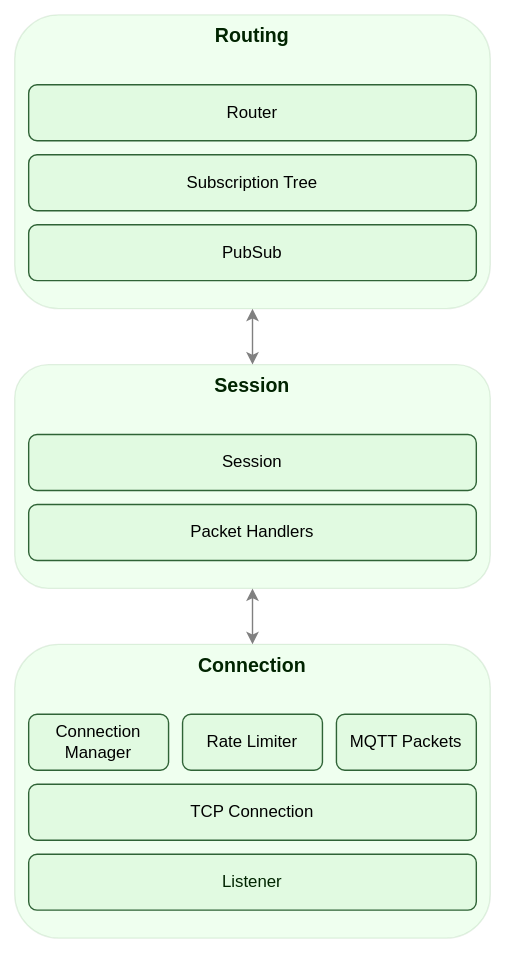
gsalomao/maxmq keeps this draw.io diagram as docs/assets/mqtt-server.svg. Above is the earlier version. Source tidied: cells renumbered, new cells last; positions are measured from the earlier drawing's top-left corner, leaving out a move shared by most shapes.
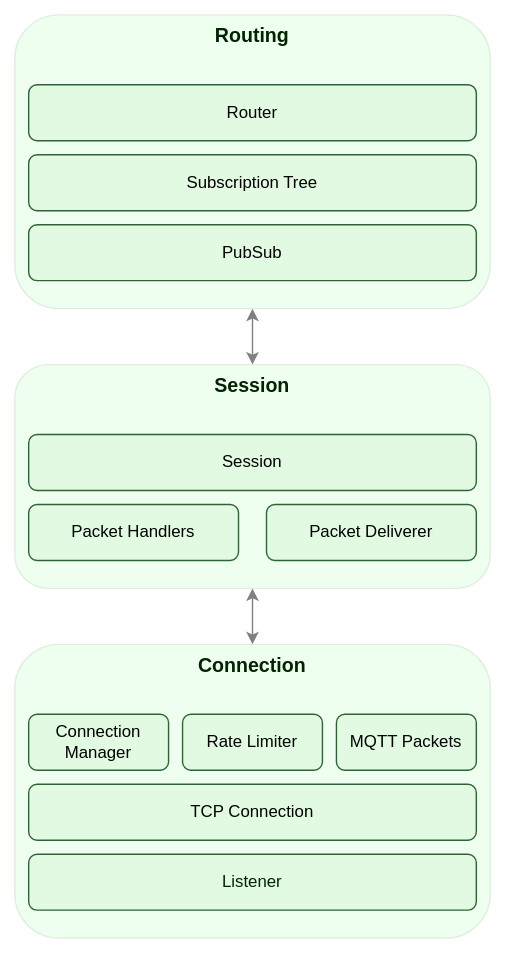
After the change.

What changed in the source:
```diff
@@ -39,7 +39,7 @@
       <mxGeometry x="20" y="510" width="100" height="40" as="geometry" />
     </mxCell>
     <mxCell id="14" value="&lt;span style=&quot;color: rgb(0, 0, 0);&quot;&gt;Packet Handlers&lt;/span&gt;" style="rounded=1;whiteSpace=wrap;html=1;fillColor=#E1FAE1;strokeColor=#2F6336;fontColor=#002400;" parent="1" vertex="1">
-      <mxGeometry x="20" y="360" width="320" height="40" as="geometry" />
+      <mxGeometry x="20" y="360" width="150" height="40" as="geometry" />
     </mxCell>
     <mxCell id="15" value="&lt;span style=&quot;color: rgb(0, 0, 0);&quot;&gt;Session&lt;/span&gt;" style="rounded=1;whiteSpace=wrap;html=1;fillColor=#E1FAE1;strokeColor=#2F6336;fontColor=#002400;" parent="1" vertex="1">
       <mxGeometry x="20" y="310" width="320" height="40" as="geometry" />
@@ -59,5 +59,8 @@
     <mxCell id="20" value="&lt;span style=&quot;color: rgb(0, 0, 0);&quot;&gt;MQTT Packets&lt;/span&gt;" style="rounded=1;whiteSpace=wrap;html=1;fillColor=#E1FAE1;strokeColor=#2F6336;fontColor=#002400;" parent="1" vertex="1">
       <mxGeometry x="240" y="510" width="100" height="40" as="geometry" />
     </mxCell>
+    <mxCell id="21" value="&lt;span style=&quot;color: rgb(0, 0, 0);&quot;&gt;Packet Deliverer&lt;/span&gt;" style="rounded=1;whiteSpace=wrap;html=1;fillColor=#E1FAE1;strokeColor=#2F6336;fontColor=#002400;" parent="1" vertex="1">
+      <mxGeometry x="190" y="360" width="150" height="40" as="geometry" />
+    </mxCell>
   </root>
 </mxGraphModel>
```
